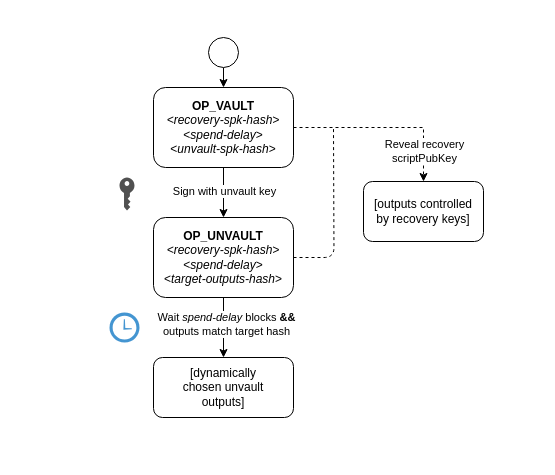
This is page "Basic flow" (1 of 6) of figures/vaults.drawio from jamesob/vaults-covenants-paper, a draw.io file, before an edit. Source tidied: cells renumbered, new cells numbered last; positions are measured from the earlier drawing's top-left corner, leaving out a move shared by most shapes. Both pictures are drawn from the tidied source at 100%, with x=0, y=0 at pixel (109, 37).
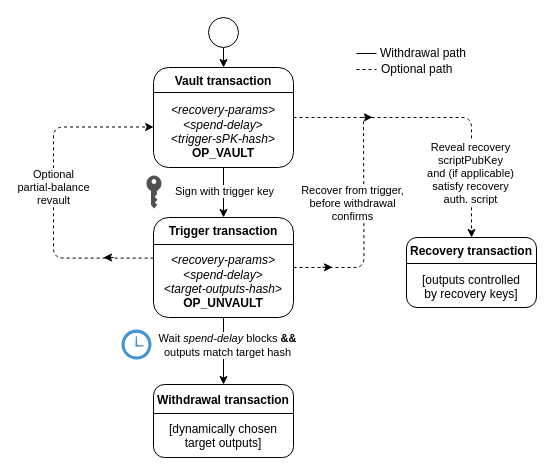
After the change.

The change refers to these unchanged cells:
```xml
<mxCell id="2" style="edgeStyle=orthogonalEdgeStyle;rounded=0;jettySize=auto;html=1;" parent="1" edge="1" source="6" target="11">
  <mxGeometry relative="1" as="geometry" />
</mxCell>
<mxCell id="9" style="edgeStyle=orthogonalEdgeStyle;rounded=0;jettySize=auto;html=1;strokeColor=default;" parent="1" edge="1" source="11" target="12">
  <mxGeometry relative="1" as="geometry" />
</mxCell>
```

Diff of the diagram source:
```diff
@@
-    <mxCell id="3" value="&lt;div&gt;Sign with unvault key&lt;/div&gt;" style="edgeLabel;html=1;align=center;verticalAlign=middle;" parent="2" vertex="1">
+    <mxCell id="3" value="&lt;div&gt;Sign with trigger key&lt;/div&gt;" style="edgeLabel;html=1;align=center;verticalAlign=middle;" parent="2" vertex="1">
       <mxGeometry x="-0.31" y="-1" relative="1" as="geometry">
         <mxPoint x="1" y="6" as="offset" />
       </mxGeometry>
     </mxCell>
-    <mxCell id="4" style="edgeStyle=orthogonalEdgeStyle;rounded=0;jettySize=auto;html=1;exitX=1;exitY=0.5;exitDx=0;exitDy=0;strokeColor=default;dashed=1;" parent="1" edge="1" source="6" target="7">
+    <mxCell id="4" style="edgeStyle=orthogonalEdgeStyle;rounded=1;jettySize=auto;html=1;exitX=1;exitY=0.5;exitDx=0;exitDy=0;strokeColor=default;dashed=1;" parent="1" edge="1" source="6" target="7">
       <mxGeometry relative="1" as="geometry" />
     </mxCell>
-    <mxCell id="5" value="Reveal recovery &lt;br&gt;scriptPubKey" style="edgeLabel;html=1;align=center;verticalAlign=middle;" parent="4" vertex="1">
+    <mxCell id="5" value="Reveal recovery &lt;br&gt;scriptPubKey&lt;br&gt;and (if applicable)&lt;br&gt;satisfy recovery &lt;br&gt;auth. script" style="edgeLabel;html=1;align=center;verticalAlign=middle;" parent="4" vertex="1">
       <mxGeometry x="-0.17" y="2" relative="1" as="geometry">
-        <mxPoint x="54" y="25" as="offset" />
+        <mxPoint x="52" y="57" as="offset" />
       </mxGeometry>
     </mxCell>
-    <mxCell id="6" value="&lt;div&gt;&lt;b&gt;OP_VAULT&lt;/b&gt;&lt;/div&gt;&lt;div&gt;&lt;i&gt;&amp;lt;recovery-spk-hash&amp;gt;&lt;/i&gt;&lt;/div&gt;&lt;div&gt;&amp;lt;&lt;i&gt;spend-delay&lt;/i&gt;&amp;gt;&lt;/div&gt;&lt;div&gt;&amp;lt;&lt;i&gt;unvault-spk-hash&lt;/i&gt;&amp;gt;&lt;br&gt;&lt;/div&gt;" style="rounded=1;whiteSpace=wrap;html=1;labelPosition=center;verticalLabelPosition=middle;align=center;verticalAlign=middle;" parent="1" vertex="1">
-      <mxGeometry x="44" y="50" width="140" height="80" as="geometry" />
+    <mxCell id="6" value="&lt;div&gt;&lt;span style=&quot;background-color: initial;&quot;&gt;&lt;b&gt;Vault transaction&lt;/b&gt;&lt;/span&gt;&lt;/div&gt;&lt;div&gt;&lt;span style=&quot;background-color: initial;&quot;&gt;&lt;br&gt;&lt;/span&gt;&lt;/div&gt;&lt;div&gt;&lt;i style=&quot;background-color: initial;&quot;&gt;&amp;lt;recovery-params&amp;gt;&lt;/i&gt;&lt;br&gt;&lt;/div&gt;&lt;div&gt;&amp;lt;&lt;i&gt;spend-delay&lt;/i&gt;&amp;gt;&lt;/div&gt;&lt;div&gt;&amp;lt;&lt;i&gt;trigger-sPK-hash&lt;/i&gt;&amp;gt;&lt;br&gt;&lt;/div&gt;&lt;div&gt;&lt;b style=&quot;border-color: var(--border-color);&quot;&gt;OP_VAULT&lt;/b&gt;&lt;br&gt;&lt;/div&gt;" style="rounded=1;whiteSpace=wrap;html=1;labelPosition=center;verticalLabelPosition=middle;align=center;verticalAlign=middle;" parent="1" vertex="1">
+      <mxGeometry x="44" y="30" width="140" height="100" as="geometry" />
     </mxCell>
-    <mxCell id="7" value="[outputs controlled &lt;br&gt;by recovery keys]" style="rounded=1;whiteSpace=wrap;html=1;" parent="1" vertex="1">
-      <mxGeometry x="254" y="144" width="120" height="60" as="geometry" />
+    <mxCell id="7" value="&lt;b&gt;Recovery transaction&lt;br&gt;&lt;/b&gt;&lt;br&gt;[outputs controlled &lt;br&gt;by recovery keys]" style="rounded=1;whiteSpace=wrap;html=1;" parent="1" vertex="1">
+      <mxGeometry x="297" y="200" width="130" height="70" as="geometry" />
     </mxCell>
     <mxCell id="8" style="edgeStyle=orthogonalEdgeStyle;jettySize=auto;html=1;exitX=1;exitY=0.5;exitDx=0;exitDy=0;dashed=1;strokeColor=default;endArrow=none;endFill=0;rounded=1;" parent="1" edge="1" source="11">
       <mxGeometry relative="1" as="geometry">
-        <mxPoint x="224" y="90" as="targetPoint" />
+        <mxPoint x="254" y="80" as="targetPoint" />
       </mxGeometry>
     </mxCell>
+    <mxCell id="17" value="Recover from trigger,&lt;br style=&quot;font-size: 11px;&quot;&gt;before withdrawal&lt;br style=&quot;font-size: 11px;&quot;&gt;confirms" style="edgeLabel;html=1;align=center;verticalAlign=middle;fontSize=11;" parent="8" vertex="1">
+      <mxGeometry x="0.4" y="-1" relative="1" as="geometry">
+        <mxPoint x="-13" y="19" as="offset" />
+      </mxGeometry>
+    </mxCell>
@@
     <mxCell id="10" value="&lt;div&gt;Wait &lt;i&gt;spend-delay&lt;/i&gt; blocks &lt;b&gt;&amp;amp;&amp;amp;&lt;/b&gt;&lt;br&gt;&lt;/div&gt;&lt;div&gt;outputs match target hash&lt;br&gt;&lt;/div&gt;" style="edgeLabel;html=1;align=center;verticalAlign=middle;" parent="9" vertex="1">
       <mxGeometry x="-0.3" y="2" relative="1" as="geometry">
-        <mxPoint y="5" as="offset" />
+        <mxPoint x="1" y="4" as="offset" />
       </mxGeometry>
     </mxCell>
+    <mxCell id="18" style="edgeStyle=orthogonalEdgeStyle;rounded=1;jettySize=auto;html=1;exitX=0.001;exitY=0.406;exitDx=0;exitDy=0;entryX=0.001;entryY=0.595;entryDx=0;entryDy=0;dashed=1;endArrow=classic;endFill=1;entryPerimeter=0;exitPerimeter=0;" parent="1" edge="1" source="11" target="6">
+      <mxGeometry relative="1" as="geometry">
+        <Array as="points">
+          <mxPoint x="-56" y="221" />
+          <mxPoint x="-56" y="90" />
+        </Array>
+      </mxGeometry>
+    </mxCell>
+    <mxCell id="19" value="Optional &lt;br&gt;partial-balance&lt;br&gt;revault" style="edgeLabel;html=1;align=center;verticalAlign=middle;" parent="18" vertex="1">
+      <mxGeometry x="0.11" y="1" relative="1" as="geometry">
+        <mxPoint y="13" as="offset" />
+      </mxGeometry>
+    </mxCell>
-    <mxCell id="11" value="&lt;div&gt;&lt;b&gt;OP_UNVAULT&lt;/b&gt;&lt;/div&gt;&lt;div&gt;&lt;i&gt;&amp;lt;recovery-spk-hash&amp;gt;&lt;/i&gt;&lt;/div&gt;&lt;div&gt;&amp;lt;&lt;i&gt;spend-delay&lt;/i&gt;&amp;gt;&lt;/div&gt;&lt;div&gt;&amp;lt;&lt;i&gt;target-outputs-hash&lt;/i&gt;&amp;gt;&lt;br&gt;&lt;/div&gt;" style="rounded=1;whiteSpace=wrap;html=1;" parent="1" vertex="1">
-      <mxGeometry x="44" y="180" width="140" height="80" as="geometry" />
+    <mxCell id="11" value="&lt;div&gt;&lt;b&gt;&lt;span style=&quot;background-color: initial;&quot;&gt;Trigger transaction&lt;/span&gt;&lt;br&gt;&lt;/b&gt;&lt;/div&gt;&lt;div&gt;&lt;i style=&quot;background-color: initial;&quot;&gt;&lt;br&gt;&lt;/i&gt;&lt;/div&gt;&lt;div&gt;&lt;i style=&quot;background-color: initial;&quot;&gt;&amp;lt;recovery-params&amp;gt;&lt;/i&gt;&lt;br&gt;&lt;/div&gt;&lt;div&gt;&amp;lt;&lt;i&gt;spend-delay&lt;/i&gt;&amp;gt;&lt;/div&gt;&lt;div&gt;&amp;lt;&lt;i&gt;target-outputs-hash&lt;/i&gt;&amp;gt;&lt;br&gt;&lt;/div&gt;&lt;div&gt;&lt;b style=&quot;border-color: var(--border-color);&quot;&gt;OP_UNVAULT&lt;/b&gt;&lt;br&gt;&lt;/div&gt;" style="rounded=1;whiteSpace=wrap;html=1;" parent="1" vertex="1">
+      <mxGeometry x="44" y="180" width="140" height="100" as="geometry" />
     </mxCell>
-    <mxCell id="12" value="[dynamically &lt;br&gt;chosen unvault&lt;br&gt;outputs]" style="rounded=1;whiteSpace=wrap;html=1;" parent="1" vertex="1">
-      <mxGeometry x="44" y="320" width="140" height="60" as="geometry" />
+    <mxCell id="12" value="&lt;b&gt;Withdrawal transaction&lt;br&gt;&lt;/b&gt;&lt;br&gt;[dynamically chosen target outputs]" style="rounded=1;whiteSpace=wrap;html=1;align=center;" parent="1" vertex="1">
+      <mxGeometry x="44" y="347" width="140" height="73" as="geometry" />
     </mxCell>
@@
     <mxCell id="14" style="points=[[0.145,0.145,0],[0.5,0,0],[0.855,0.145,0],[1,0.5,0],[0.855,0.855,0],[0.5,1,0],[0.145,0.855,0],[0,0.5,0]];shape=mxgraph.bpmn.event;html=1;verticalLabelPosition=bottom;labelBackgroundColor=#ffffff;verticalAlign=top;align=center;perimeter=ellipsePerimeter;outlineConnect=0;outline=standard;symbol=general;rounded=1;" parent="1" vertex="1">
-      <mxGeometry x="99" width="30" height="30" as="geometry" />
+      <mxGeometry x="99" y="-20" width="30" height="30" as="geometry" />
     </mxCell>
     <mxCell id="15" style="shadow=0;dashed=0;html=1;strokeColor=none;fillColor=#4495D1;labelPosition=center;verticalLabelPosition=bottom;verticalAlign=top;align=center;shape=mxgraph.veeam.time;" parent="1" vertex="1">
-      <mxGeometry y="275" width="30" height="30" as="geometry" />
+      <mxGeometry x="12" y="292" width="30" height="30" as="geometry" />
     </mxCell>
     <mxCell id="16" style="sketch=0;shadow=0;dashed=0;html=1;strokeColor=none;fillColor=#505050;labelPosition=center;verticalLabelPosition=bottom;verticalAlign=top;align=center;shape=mxgraph.office.security.key_permissions;" parent="1" vertex="1">
-      <mxGeometry x="10" y="140" width="15" height="33" as="geometry" />
+      <mxGeometry x="37" y="138" width="15" height="33" as="geometry" />
     </mxCell>
+    <mxCell id="20" style="endArrow=none;html=1;rounded=1;entryX=1;entryY=0.25;entryDx=0;entryDy=0;exitX=0;exitY=0.25;exitDx=0;exitDy=0;" parent="1" edge="1" source="6" target="6">
+      <mxGeometry relative="1" as="geometry" />
+    </mxCell>
+    <mxCell id="21" style="endArrow=none;html=1;rounded=1;entryX=1;entryY=0.25;entryDx=0;entryDy=0;exitX=0;exitY=0.25;exitDx=0;exitDy=0;" parent="1" edge="1">
+      <mxGeometry relative="1" as="geometry">
+        <mxPoint x="44" y="207" as="sourcePoint" />
+        <mxPoint x="184" y="207" as="targetPoint" />
+      </mxGeometry>
+    </mxCell>
+    <mxCell id="22" style="endArrow=none;html=1;rounded=1;entryX=1;entryY=0.25;entryDx=0;entryDy=0;exitX=0;exitY=0.25;exitDx=0;exitDy=0;" parent="1" edge="1">
+      <mxGeometry relative="1" as="geometry">
+        <mxPoint x="44" y="376" as="sourcePoint" />
+        <mxPoint x="184" y="376" as="targetPoint" />
+      </mxGeometry>
+    </mxCell>
+    <mxCell id="23" style="endArrow=none;html=1;rounded=1;" parent="1" edge="1">
+      <mxGeometry relative="1" as="geometry">
+        <mxPoint x="297" y="226" as="sourcePoint" />
+        <mxPoint x="427" y="226" as="targetPoint" />
+      </mxGeometry>
+    </mxCell>
+    <mxCell id="24" style="endArrow=none;html=1;rounded=1;" parent="1" edge="1">
+      <mxGeometry relative="1" as="geometry">
+        <mxPoint x="247" y="16" as="sourcePoint" />
+        <mxPoint x="267" y="16" as="targetPoint" />
+      </mxGeometry>
+    </mxCell>
+    <mxCell id="25" value="Withdrawal path" style="text;strokeColor=none;align=left;fillColor=none;html=1;verticalAlign=middle;whiteSpace=wrap;rounded=0;" parent="1" vertex="1">
+      <mxGeometry x="269" y="1" width="90" height="30" as="geometry" />
+    </mxCell>
+    <mxCell id="26" style="endArrow=none;html=1;rounded=1;dashed=1;" parent="1" edge="1">
+      <mxGeometry relative="1" as="geometry">
+        <mxPoint x="247" y="32" as="sourcePoint" />
+        <mxPoint x="267" y="32" as="targetPoint" />
+      </mxGeometry>
+    </mxCell>
+    <mxCell id="27" value="Optional path" style="text;strokeColor=none;align=left;fillColor=none;html=1;verticalAlign=middle;whiteSpace=wrap;rounded=0;" parent="1" vertex="1">
+      <mxGeometry x="270" y="17" width="90" height="30" as="geometry" />
+    </mxCell>
+    <mxCell id="28" style="endArrow=classic;html=1;rounded=0;strokeColor=default;" parent="1" edge="1">
+      <mxGeometry relative="1" as="geometry">
+        <mxPoint x="213" y="229.8" as="sourcePoint" />
+        <mxPoint x="223" y="229.8" as="targetPoint" />
+        <Array as="points">
+          <mxPoint x="213" y="229.8" />
+        </Array>
+      </mxGeometry>
+    </mxCell>
+    <mxCell id="29" style="endArrow=classic;html=1;rounded=0;strokeColor=default;" parent="1" edge="1">
+      <mxGeometry relative="1" as="geometry">
+        <mxPoint x="253" y="79.8" as="sourcePoint" />
+        <mxPoint x="263" y="79.8" as="targetPoint" />
+      </mxGeometry>
+    </mxCell>
+    <mxCell id="30" style="endArrow=classic;html=1;rounded=0;strokeColor=default;" parent="1" edge="1">
+      <mxGeometry relative="1" as="geometry">
+        <mxPoint x="4" y="220" as="sourcePoint" />
+        <mxPoint x="-6" y="220" as="targetPoint" />
+      </mxGeometry>
+    </mxCell>
```
